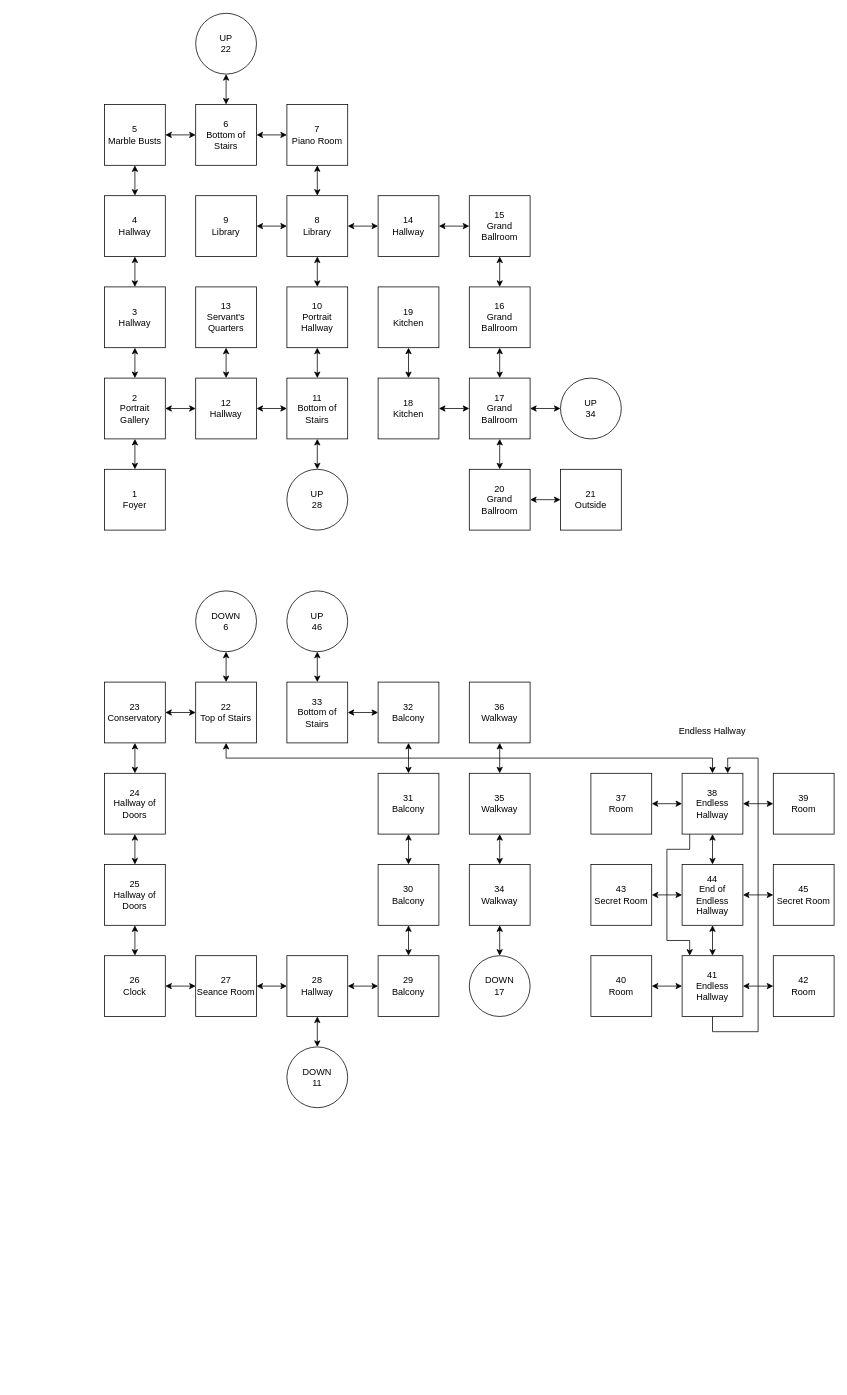
Before: Untitled Diagram.drawio in allenhuffman/HauntedMansionTextAdventure, a draw.io diagram. Source tidied: cells renumbered, new cells numbered last; positions are measured from the earlier drawing's top-left corner, leaving out a move shared by most shapes. Both pictures are drawn from the tidied source at 76%, with x=0, y=0 at pixel (104, 13).
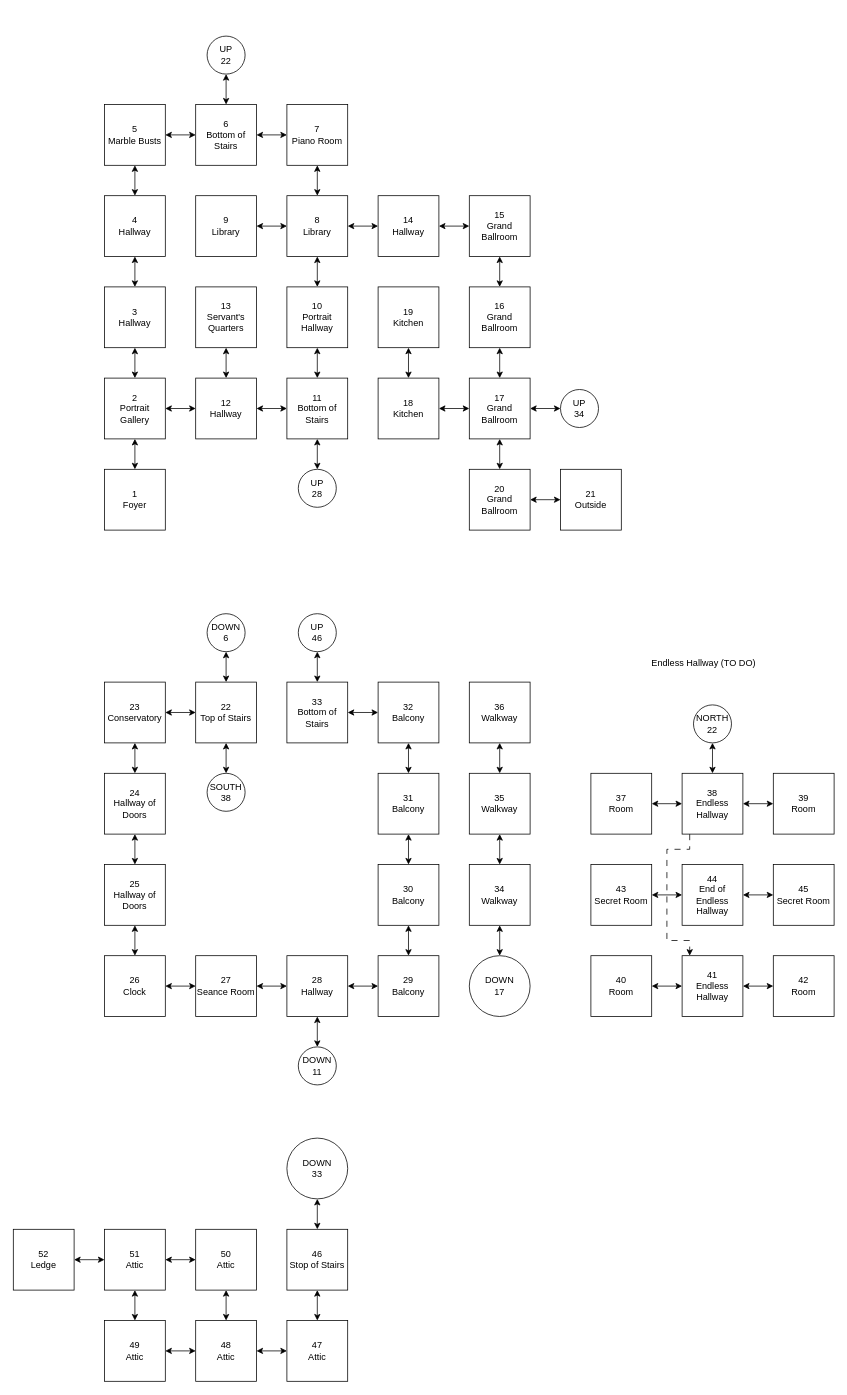
After the change.

Commit message:
Haunted Mansion Map

Unchanged cells that the change refers to:
```xml
<mxCell id="51" value="22&lt;div&gt;Top of Stairs&lt;/div&gt;" style="whiteSpace=wrap;html=1;" parent="1" vertex="1">
  <mxGeometry x="120" y="880" width="80" height="80" as="geometry" />
</mxCell>
<mxCell id="56" value="38&lt;div&gt;Endless Hallway&lt;/div&gt;" style="whiteSpace=wrap;html=1;" parent="1" vertex="1">
  <mxGeometry x="760" y="1000" width="80" height="80" as="geometry" />
</mxCell>
<mxCell id="95" value="41&lt;div&gt;Endless Hallway&lt;/div&gt;" style="whiteSpace=wrap;html=1;" parent="1" vertex="1">
  <mxGeometry x="760" y="1240" width="80" height="80" as="geometry" />
</mxCell>
<mxCell id="96" value="39&lt;div&gt;Room&lt;/div&gt;" style="whiteSpace=wrap;html=1;" parent="1" vertex="1">
  <mxGeometry x="880" y="1000" width="80" height="80" as="geometry" />
</mxCell>
<mxCell id="102" value="44&lt;div&gt;End of Endless Hallway&lt;/div&gt;" style="whiteSpace=wrap;html=1;" parent="1" vertex="1">
  <mxGeometry x="760" y="1120" width="80" height="80" as="geometry" />
</mxCell>
```

Diff of the diagram source:
```diff
@@
     <mxCell id="31" value="UP&lt;div&gt;28&lt;/div&gt;" style="ellipse;whiteSpace=wrap;html=1;" parent="1" vertex="1">
-      <mxGeometry x="240" y="600" width="80" height="80" as="geometry" />
+      <mxGeometry x="255" y="600" width="50" height="50" as="geometry" />
     </mxCell>
     <mxCell id="32" value="UP&lt;div&gt;22&lt;/div&gt;" style="ellipse;whiteSpace=wrap;html=1;" parent="1" vertex="1">
-      <mxGeometry x="120" width="80" height="80" as="geometry" />
+      <mxGeometry x="135" y="30" width="50" height="50" as="geometry" />
     </mxCell>
@@
+    <mxCell id="107" style="edgeStyle=orthogonalEdgeStyle;rounded=0;jettySize=auto;html=1;startArrow=classic;startFill=1;" parent="1" edge="1" source="51" target="126">
+      <mxGeometry relative="1" as="geometry" />
+    </mxCell>
@@
-    <mxCell id="53" style="edgeStyle=orthogonalEdgeStyle;rounded=0;orthogonalLoop=1;jettySize=auto;html=1;startArrow=none;startFill=0;" parent="1" edge="1">
+    <mxCell id="53" style="edgeStyle=orthogonalEdgeStyle;rounded=0;orthogonalLoop=1;jettySize=auto;html=1;startArrow=none;startFill=0;dashed=1;dashPattern=8 8;" parent="1" edge="1">
       <mxGeometry relative="1" as="geometry">
         <mxPoint x="770" y="1080" as="sourcePoint" />
         <mxPoint x="770" y="1240" as="targetPoint" />
         <Array as="points">
           <mxPoint x="770" y="1100" />
           <mxPoint x="740" y="1100" />
           <mxPoint x="740" y="1220" />
           <mxPoint x="770" y="1220" />
         </Array>
       </mxGeometry>
     </mxCell>
-    <mxCell id="54" style="edgeStyle=orthogonalEdgeStyle;rounded=0;jettySize=auto;html=1;startArrow=classic;startFill=1;" parent="1" edge="1" source="56" target="96">
-      <mxGeometry relative="1" as="geometry" />
-    </mxCell>
-    <mxCell id="55" style="edgeStyle=orthogonalEdgeStyle;rounded=0;jettySize=auto;html=1;startArrow=classic;startFill=1;entryX=0.5;entryY=1;entryDx=0;entryDy=0;" parent="1" edge="1" source="56" target="51">
-      <mxGeometry relative="1" as="geometry">
-        <Array as="points">
-          <mxPoint x="800" y="980" />
-          <mxPoint x="160" y="980" />
-        </Array>
-      </mxGeometry>
-    </mxCell>
+    <mxCell id="108" style="edgeStyle=orthogonalEdgeStyle;rounded=0;jettySize=auto;html=1;startArrow=classic;startFill=1;" parent="1" edge="1" source="56" target="127">
+      <mxGeometry relative="1" as="geometry" />
+    </mxCell>
@@
     <mxCell id="59" value="DOWN&lt;div&gt;6&lt;/div&gt;" style="ellipse;whiteSpace=wrap;html=1;" parent="1" vertex="1">
-      <mxGeometry x="120" y="760" width="80" height="80" as="geometry" />
+      <mxGeometry x="135" y="790" width="50" height="50" as="geometry" />
     </mxCell>
@@
     <mxCell id="72" value="DOWN&lt;div&gt;11&lt;/div&gt;" style="ellipse;whiteSpace=wrap;html=1;" parent="1" vertex="1">
-      <mxGeometry x="240" y="1360" width="80" height="80" as="geometry" />
+      <mxGeometry x="255" y="1360" width="50" height="50" as="geometry" />
     </mxCell>
@@
     <mxCell id="81" value="UP&lt;div&gt;46&lt;/div&gt;" style="ellipse;whiteSpace=wrap;html=1;" parent="1" vertex="1">
-      <mxGeometry x="240" y="760" width="80" height="80" as="geometry" />
+      <mxGeometry x="255" y="790" width="50" height="50" as="geometry" />
     </mxCell>
@@
     <mxCell id="88" value="UP&lt;div&gt;34&lt;/div&gt;" style="ellipse;whiteSpace=wrap;html=1;" parent="1" vertex="1">
-      <mxGeometry x="600" y="480" width="80" height="80" as="geometry" />
+      <mxGeometry x="600" y="495" width="50" height="50" as="geometry" />
     </mxCell>
@@
-    <mxCell id="93" style="edgeStyle=orthogonalEdgeStyle;rounded=0;jettySize=auto;html=1;startArrow=classic;startFill=1;" parent="1" edge="1" source="95" target="102">
-      <mxGeometry relative="1" as="geometry" />
-    </mxCell>
-    <mxCell id="94" style="edgeStyle=orthogonalEdgeStyle;rounded=0;jettySize=auto;html=1;entryX=0.75;entryY=0;entryDx=0;entryDy=0;startArrow=none;startFill=0;" parent="1" edge="1" source="95" target="56">
-      <mxGeometry relative="1" as="geometry">
-        <Array as="points">
-          <mxPoint x="800" y="1340" />
-          <mxPoint x="860" y="1340" />
-          <mxPoint x="860" y="980" />
-          <mxPoint x="820" y="980" />
-        </Array>
-      </mxGeometry>
-    </mxCell>
@@
+    <mxCell id="109" style="edgeStyle=orthogonalEdgeStyle;rounded=0;jettySize=auto;html=1;startArrow=classic;startFill=1;" parent="1" edge="1" source="96" target="56">
+      <mxGeometry relative="1" as="geometry" />
+    </mxCell>
@@
-    <mxCell id="99" style="edgeStyle=orthogonalEdgeStyle;rounded=0;jettySize=auto;html=1;strokeColor=default;startArrow=classic;startFill=1;" parent="1" edge="1" source="102" target="56">
-      <mxGeometry relative="1" as="geometry" />
-    </mxCell>
@@
-    <mxCell id="106" value="Endless Hallway" style="text;html=1;whiteSpace=wrap;strokeColor=none;fillColor=none;align=center;verticalAlign=middle;rounded=0;" parent="1" vertex="1">
-      <mxGeometry x="640" y="930" width="320" height="30" as="geometry" />
+    <mxCell id="106" value="Endless Hallway (TO DO)&lt;span style=&quot;white-space: pre;&quot;&gt;&#9;&lt;/span&gt;" style="text;html=1;whiteSpace=wrap;strokeColor=none;fillColor=none;align=center;verticalAlign=middle;rounded=0;" parent="1" vertex="1">
+      <mxGeometry x="640" y="840" width="320" height="30" as="geometry" />
     </mxCell>
+    <mxCell id="110" style="edgeStyle=orthogonalEdgeStyle;rounded=0;jettySize=auto;html=1;startArrow=classic;startFill=1;" parent="1" edge="1" source="112" target="114">
+      <mxGeometry relative="1" as="geometry" />
+    </mxCell>
+    <mxCell id="111" style="edgeStyle=orthogonalEdgeStyle;rounded=0;jettySize=auto;html=1;startArrow=classic;startFill=1;" parent="1" edge="1" source="112" target="115">
+      <mxGeometry relative="1" as="geometry" />
+    </mxCell>
+    <mxCell id="112" value="46&lt;div&gt;Stop of Stairs&lt;/div&gt;" style="whiteSpace=wrap;html=1;" parent="1" vertex="1">
+      <mxGeometry x="240" y="1600" width="80" height="80" as="geometry" />
+    </mxCell>
+    <mxCell id="113" style="edgeStyle=orthogonalEdgeStyle;rounded=0;jettySize=auto;html=1;startArrow=classic;startFill=1;" parent="1" edge="1" source="114" target="117">
+      <mxGeometry relative="1" as="geometry" />
+    </mxCell>
+    <mxCell id="114" value="47&lt;div&gt;Attic&lt;/div&gt;" style="whiteSpace=wrap;html=1;" parent="1" vertex="1">
+      <mxGeometry x="240" y="1720" width="80" height="80" as="geometry" />
+    </mxCell>
+    <mxCell id="115" value="DOWN&lt;div&gt;33&lt;/div&gt;" style="ellipse;whiteSpace=wrap;html=1;" parent="1" vertex="1">
+      <mxGeometry x="240" y="1480" width="80" height="80" as="geometry" />
+    </mxCell>
+    <mxCell id="116" style="edgeStyle=orthogonalEdgeStyle;rounded=0;jettySize=auto;html=1;startArrow=classic;startFill=1;" parent="1" edge="1" source="117" target="119">
+      <mxGeometry relative="1" as="geometry" />
+    </mxCell>
+    <mxCell id="117" value="48&lt;div&gt;Attic&lt;/div&gt;" style="whiteSpace=wrap;html=1;" parent="1" vertex="1">
+      <mxGeometry x="120" y="1720" width="80" height="80" as="geometry" />
+    </mxCell>
+    <mxCell id="118" style="edgeStyle=orthogonalEdgeStyle;rounded=0;jettySize=auto;html=1;exitX=0;exitY=0.5;exitDx=0;exitDy=0;startArrow=classic;startFill=1;" parent="1" edge="1" source="117" target="121">
+      <mxGeometry relative="1" as="geometry" />
+    </mxCell>
+    <mxCell id="119" value="50&lt;div&gt;Attic&lt;/div&gt;" style="whiteSpace=wrap;html=1;" parent="1" vertex="1">
+      <mxGeometry x="120" y="1600" width="80" height="80" as="geometry" />
+    </mxCell>
+    <mxCell id="120" style="edgeStyle=orthogonalEdgeStyle;rounded=0;jettySize=auto;html=1;startArrow=classic;startFill=1;" parent="1" edge="1" source="121" target="124">
+      <mxGeometry relative="1" as="geometry" />
+    </mxCell>
+    <mxCell id="121" value="49&lt;div&gt;Attic&lt;/div&gt;" style="whiteSpace=wrap;html=1;" parent="1" vertex="1">
+      <mxGeometry y="1720" width="80" height="80" as="geometry" />
+    </mxCell>
+    <mxCell id="122" style="edgeStyle=orthogonalEdgeStyle;rounded=0;jettySize=auto;html=1;startArrow=classic;startFill=1;" parent="1" edge="1" source="124" target="119">
+      <mxGeometry relative="1" as="geometry" />
+    </mxCell>
+    <mxCell id="123" style="edgeStyle=orthogonalEdgeStyle;rounded=0;jettySize=auto;html=1;startArrow=classic;startFill=1;" parent="1" edge="1" source="124" target="125">
+      <mxGeometry relative="1" as="geometry" />
+    </mxCell>
+    <mxCell id="124" value="51&lt;div&gt;Attic&lt;/div&gt;" style="whiteSpace=wrap;html=1;" parent="1" vertex="1">
+      <mxGeometry y="1600" width="80" height="80" as="geometry" />
+    </mxCell>
+    <mxCell id="125" value="52&lt;div&gt;Ledge&lt;/div&gt;" style="whiteSpace=wrap;html=1;" parent="1" vertex="1">
+      <mxGeometry x="-120" y="1600" width="80" height="80" as="geometry" />
+    </mxCell>
+    <mxCell id="126" value="SOUTH&lt;div&gt;38&lt;/div&gt;" style="ellipse;whiteSpace=wrap;html=1;" parent="1" vertex="1">
+      <mxGeometry x="135" y="1000" width="50" height="50" as="geometry" />
+    </mxCell>
+    <mxCell id="127" value="NORTH&lt;div&gt;22&lt;/div&gt;" style="ellipse;whiteSpace=wrap;html=1;" parent="1" vertex="1">
+      <mxGeometry x="775" y="910" width="50" height="50" as="geometry" />
+    </mxCell>
```
